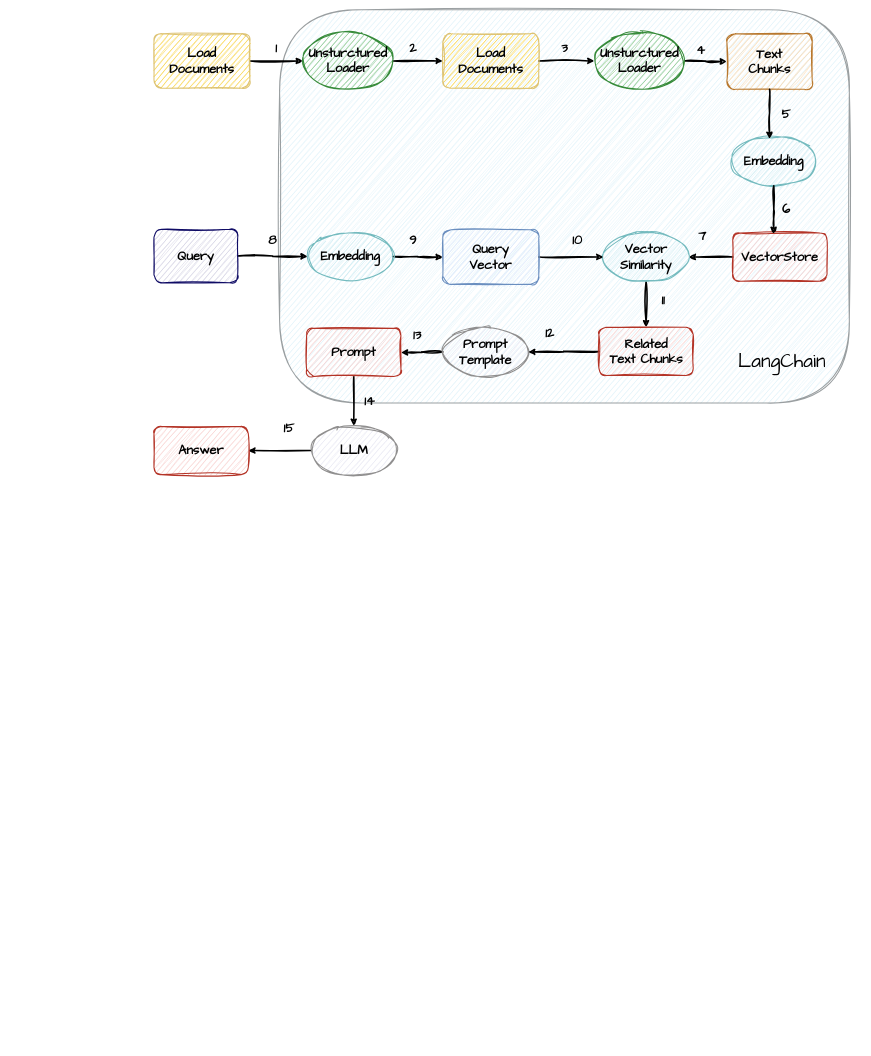
jinxianwei/drawio keeps this draw.io diagram as drawio_folder/未命名绘图.drawio. Above is the earlier version. Source tidied: cells renumbered, new cells numbered last; positions are measured from the earlier drawing's top-left corner, leaving out a move shared by most shapes. Both pictures are drawn from the tidied source at 53%, with x=0, y=0 at pixel (154, 10).
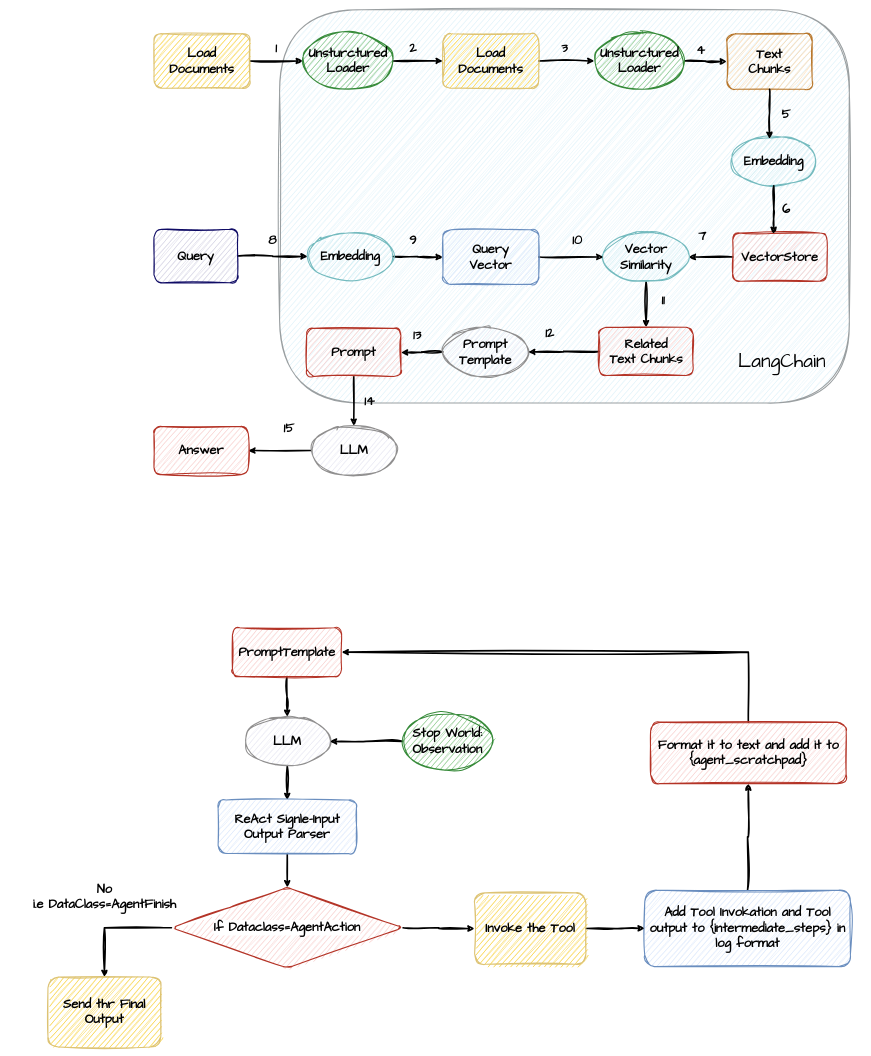
The same page after the edit.

Commit message:
更新未命名绘图.drawio

Diff of the diagram source:
```diff
@@
+    <mxCell id="50" style="edgeStyle=orthogonalEdgeStyle;shape=connector;rounded=0;sketch=1;jiggle=2;curveFitting=1;jettySize=auto;html=1;exitX=0.5;exitY=1;exitDx=0;exitDy=0;strokeColor=default;strokeWidth=3;align=center;verticalAlign=middle;fontFamily=Helvetica;fontSize=12;fontColor=default;labelBorderColor=none;labelBackgroundColor=default;endArrow=classic;" parent="1" edge="1" source="51" target="53">
+      <mxGeometry relative="1" as="geometry" />
+    </mxCell>
+    <mxCell id="51" value="&lt;font face=&quot;Comic Sans MS&quot;&gt;&lt;span style=&quot;font-size: 24px;&quot;&gt;&lt;b&gt;PromptTemplate&lt;/b&gt;&lt;/span&gt;&lt;/font&gt;" style="rounded=1;whiteSpace=wrap;html=1;gradientColor=none;textShadow=0;fillStyle=hatch;fillColor=#f8cdcc;glass=0;shadow=0;labelBorderColor=none;strokeColor=#b43427;strokeWidth=2;perimeterSpacing=0;sketch=1;curveFitting=1;jiggle=2;" parent="1" vertex="1">
+      <mxGeometry x="148" y="1166" width="206" height="92" as="geometry" />
+    </mxCell>
+    <mxCell id="52" style="edgeStyle=orthogonalEdgeStyle;shape=connector;rounded=0;sketch=1;jiggle=2;curveFitting=1;jettySize=auto;html=1;strokeColor=default;strokeWidth=3;align=center;verticalAlign=middle;fontFamily=Helvetica;fontSize=12;fontColor=default;labelBorderColor=none;labelBackgroundColor=default;endArrow=classic;" parent="1" edge="1" source="53" target="57">
+      <mxGeometry relative="1" as="geometry" />
+    </mxCell>
+    <mxCell id="53" value="&lt;font face=&quot;Comic Sans MS&quot;&gt;&lt;span style=&quot;font-size: 24px;&quot;&gt;&lt;b&gt;LLM&lt;/b&gt;&lt;/span&gt;&lt;/font&gt;" style="ellipse;whiteSpace=wrap;html=1;fillColor=#e7e6f1;strokeColor=#908f8f;fillStyle=hatch;strokeWidth=2;perimeterSpacing=0;sketch=1;curveFitting=1;jiggle=2;" parent="1" vertex="1">
+      <mxGeometry x="171" y="1334" width="161" height="93" as="geometry" />
+    </mxCell>
+    <mxCell id="54" style="edgeStyle=orthogonalEdgeStyle;shape=connector;rounded=0;sketch=1;jiggle=2;curveFitting=1;jettySize=auto;html=1;strokeColor=default;strokeWidth=3;align=center;verticalAlign=middle;fontFamily=Helvetica;fontSize=12;fontColor=default;labelBorderColor=none;labelBackgroundColor=default;endArrow=classic;" parent="1" edge="1" source="55" target="53">
+      <mxGeometry relative="1" as="geometry" />
+    </mxCell>
+    <mxCell id="55" value="&lt;font face=&quot;Comic Sans MS&quot;&gt;&lt;span style=&quot;font-size: 24px;&quot;&gt;&lt;b&gt;Stop World:&lt;/b&gt;&lt;/span&gt;&lt;/font&gt;&lt;div&gt;&lt;font face=&quot;Comic Sans MS&quot;&gt;&lt;span style=&quot;font-size: 24px;&quot;&gt;&lt;b&gt;Observation&lt;/b&gt;&lt;/span&gt;&lt;/font&gt;&lt;/div&gt;" style="ellipse;whiteSpace=wrap;html=1;fillColor=#86c785;strokeColor=#378b3a;fillStyle=hatch;strokeWidth=2;perimeterSpacing=0;sketch=1;curveFitting=1;jiggle=2;" parent="1" vertex="1">
+      <mxGeometry x="469" y="1326" width="170" height="108.5" as="geometry" />
+    </mxCell>
+    <mxCell id="56" style="edgeStyle=orthogonalEdgeStyle;shape=connector;rounded=0;sketch=1;jiggle=2;curveFitting=1;jettySize=auto;html=1;exitX=0.5;exitY=1;exitDx=0;exitDy=0;strokeColor=default;strokeWidth=3;align=center;verticalAlign=middle;fontFamily=Helvetica;fontSize=12;fontColor=default;labelBorderColor=none;labelBackgroundColor=default;endArrow=classic;" parent="1" edge="1" source="57" target="60">
+      <mxGeometry relative="1" as="geometry" />
+    </mxCell>
+    <mxCell id="57" value="&lt;font face=&quot;Comic Sans MS&quot;&gt;&lt;span style=&quot;font-size: 24px;&quot;&gt;&lt;b&gt;ReAct Signle-Input Output Parser&lt;/b&gt;&lt;/span&gt;&lt;/font&gt;" style="rounded=1;whiteSpace=wrap;html=1;gradientColor=none;textShadow=0;fillStyle=hatch;fillColor=#d9e7fc;glass=0;shadow=0;labelBorderColor=none;strokeColor=#6a8ebf;strokeWidth=2;perimeterSpacing=0;sketch=1;curveFitting=1;jiggle=2;" parent="1" vertex="1">
+      <mxGeometry x="121" y="1491" width="261" height="101" as="geometry" />
+    </mxCell>
+    <mxCell id="58" style="edgeStyle=orthogonalEdgeStyle;shape=connector;rounded=0;sketch=1;jiggle=2;curveFitting=1;jettySize=auto;html=1;exitX=1;exitY=0.5;exitDx=0;exitDy=0;strokeColor=default;strokeWidth=3;align=center;verticalAlign=middle;fontFamily=Helvetica;fontSize=12;fontColor=default;labelBorderColor=none;labelBackgroundColor=default;endArrow=classic;" parent="1" edge="1" source="60" target="67">
+      <mxGeometry relative="1" as="geometry" />
+    </mxCell>
+    <mxCell id="59" style="edgeStyle=orthogonalEdgeStyle;shape=connector;rounded=0;sketch=1;jiggle=2;curveFitting=1;jettySize=auto;html=1;exitX=0;exitY=0.5;exitDx=0;exitDy=0;entryX=0.5;entryY=0;entryDx=0;entryDy=0;strokeColor=default;strokeWidth=3;align=center;verticalAlign=middle;fontFamily=Helvetica;fontSize=12;fontColor=default;labelBorderColor=none;labelBackgroundColor=default;endArrow=classic;" parent="1" edge="1" source="60" target="68">
+      <mxGeometry relative="1" as="geometry" />
+    </mxCell>
+    <mxCell id="60" value="&lt;font style=&quot;font-size: 24px;&quot; face=&quot;Comic Sans MS&quot;&gt;&lt;b&gt;If Dataclass=AgentAction&lt;/b&gt;&lt;/font&gt;" style="rhombus;whiteSpace=wrap;html=1;rounded=1;shadow=0;glass=0;sketch=1;jiggle=2;fillStyle=hatch;curveFitting=1;strokeColor=#b43427;strokeWidth=2;align=center;verticalAlign=middle;fontFamily=Helvetica;fontSize=12;fontColor=default;labelBorderColor=none;labelBackgroundColor=default;fillColor=#f8cdcc;gradientColor=none;" parent="1" vertex="1">
+      <mxGeometry x="33" y="1656" width="437" height="152" as="geometry" />
+    </mxCell>
+    <mxCell id="61" value="&lt;font face=&quot;Comic Sans MS&quot; style=&quot;font-size: 24px;&quot;&gt;&lt;b&gt;No&lt;/b&gt;&lt;/font&gt;&lt;div&gt;&lt;font face=&quot;Comic Sans MS&quot; style=&quot;font-size: 24px;&quot;&gt;&lt;b&gt;i.e DataClass=AgentFinish&lt;/b&gt;&lt;/font&gt;&lt;/div&gt;" style="text;html=1;align=center;verticalAlign=middle;whiteSpace=wrap;rounded=0;fontFamily=Helvetica;fontSize=12;fontColor=default;labelBorderColor=none;" parent="1" vertex="1">
+      <mxGeometry x="-273" y="1616" width="360" height="116" as="geometry" />
+    </mxCell>
+    <mxCell id="62" style="edgeStyle=orthogonalEdgeStyle;shape=connector;rounded=0;sketch=1;jiggle=2;curveFitting=1;jettySize=auto;html=1;exitX=0.5;exitY=0;exitDx=0;exitDy=0;entryX=0.5;entryY=1;entryDx=0;entryDy=0;strokeColor=default;strokeWidth=3;align=center;verticalAlign=middle;fontFamily=Helvetica;fontSize=12;fontColor=default;labelBorderColor=none;labelBackgroundColor=default;endArrow=classic;" parent="1" edge="1" source="63" target="65">
+      <mxGeometry relative="1" as="geometry" />
+    </mxCell>
+    <mxCell id="63" value="&lt;font face=&quot;Comic Sans MS&quot;&gt;&lt;span style=&quot;font-size: 24px;&quot;&gt;&lt;b&gt;Add Tool Invokation and Tool output to {intermediate_steps} in log format&lt;/b&gt;&lt;/span&gt;&lt;/font&gt;" style="rounded=1;whiteSpace=wrap;html=1;gradientColor=none;textShadow=0;fillStyle=hatch;fillColor=#d9e7fc;glass=0;shadow=0;labelBorderColor=none;strokeColor=#6a8ebf;strokeWidth=2;perimeterSpacing=0;sketch=1;curveFitting=1;jiggle=2;" parent="1" vertex="1">
+      <mxGeometry x="926" y="1661" width="388" height="144" as="geometry" />
+    </mxCell>
+    <mxCell id="64" style="edgeStyle=orthogonalEdgeStyle;shape=connector;rounded=0;sketch=1;jiggle=2;curveFitting=1;jettySize=auto;html=1;entryX=1;entryY=0.5;entryDx=0;entryDy=0;strokeColor=default;strokeWidth=3;align=center;verticalAlign=middle;fontFamily=Helvetica;fontSize=12;fontColor=default;labelBorderColor=none;labelBackgroundColor=default;endArrow=classic;" parent="1" edge="1" source="65" target="51">
+      <mxGeometry relative="1" as="geometry">
+        <Array as="points">
+          <mxPoint x="1122" y="1212" />
+        </Array>
+      </mxGeometry>
+    </mxCell>
+    <mxCell id="65" value="&lt;font face=&quot;Comic Sans MS&quot;&gt;&lt;span style=&quot;font-size: 24px;&quot;&gt;&lt;b&gt;Format it to text and add it to {agent_scratchpad}&lt;/b&gt;&lt;/span&gt;&lt;/font&gt;" style="rounded=1;whiteSpace=wrap;html=1;gradientColor=none;textShadow=0;fillStyle=hatch;fillColor=#f8cdcc;glass=0;shadow=0;labelBorderColor=none;strokeColor=#b43427;strokeWidth=2;perimeterSpacing=0;sketch=1;curveFitting=1;jiggle=2;" parent="1" vertex="1">
+      <mxGeometry x="937" y="1344" width="369" height="116" as="geometry" />
+    </mxCell>
+    <mxCell id="66" style="edgeStyle=orthogonalEdgeStyle;shape=connector;rounded=0;sketch=1;jiggle=2;curveFitting=1;jettySize=auto;html=1;exitX=1;exitY=0.5;exitDx=0;exitDy=0;entryX=0;entryY=0.5;entryDx=0;entryDy=0;strokeColor=default;strokeWidth=3;align=center;verticalAlign=middle;fontFamily=Helvetica;fontSize=12;fontColor=default;labelBorderColor=none;labelBackgroundColor=default;endArrow=classic;" parent="1" edge="1" source="67" target="63">
+      <mxGeometry relative="1" as="geometry" />
+    </mxCell>
+    <mxCell id="67" value="&lt;b style=&quot;font-family: &amp;quot;Comic Sans MS&amp;quot;; font-size: 24px;&quot;&gt;Invoke the Tool&lt;/b&gt;" style="rounded=1;whiteSpace=wrap;html=1;gradientColor=none;textShadow=0;fillStyle=hatch;fillColor=#f7d036;glass=0;shadow=0;labelBorderColor=none;strokeColor=#ddc374;strokeWidth=2;perimeterSpacing=0;sketch=1;curveFitting=1;jiggle=2;" parent="1" vertex="1">
+      <mxGeometry x="605" y="1666" width="210" height="135" as="geometry" />
+    </mxCell>
+    <mxCell id="68" value="&lt;b style=&quot;font-family: &amp;quot;Comic Sans MS&amp;quot;; font-size: 24px;&quot;&gt;Send thr Final Output&lt;/b&gt;" style="rounded=1;whiteSpace=wrap;html=1;gradientColor=none;textShadow=0;fillStyle=hatch;fillColor=#f7d036;glass=0;shadow=0;labelBorderColor=none;strokeColor=#ddc374;strokeWidth=2;perimeterSpacing=0;sketch=1;curveFitting=1;jiggle=2;" parent="1" vertex="1">
+      <mxGeometry x="-200" y="1825" width="213" height="132" as="geometry" />
+    </mxCell>
```
